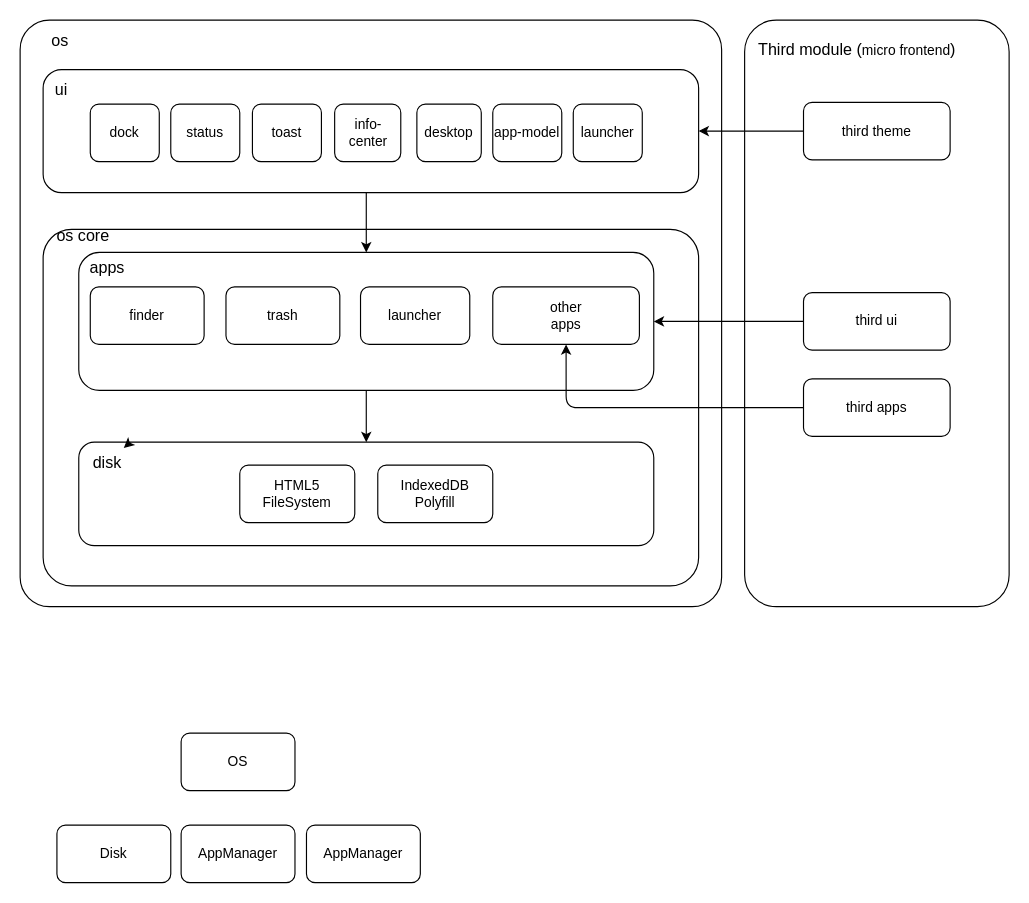
Before: design/design.drawio in theajack/mac, a draw.io diagram. Source tidied: cells renumbered, new cells numbered last; positions are measured from the earlier drawing's top-left corner, leaving out a move shared by most shapes. Both pictures are drawn from the tidied source at 115%, with x=0, y=0 at pixel (20, 20).
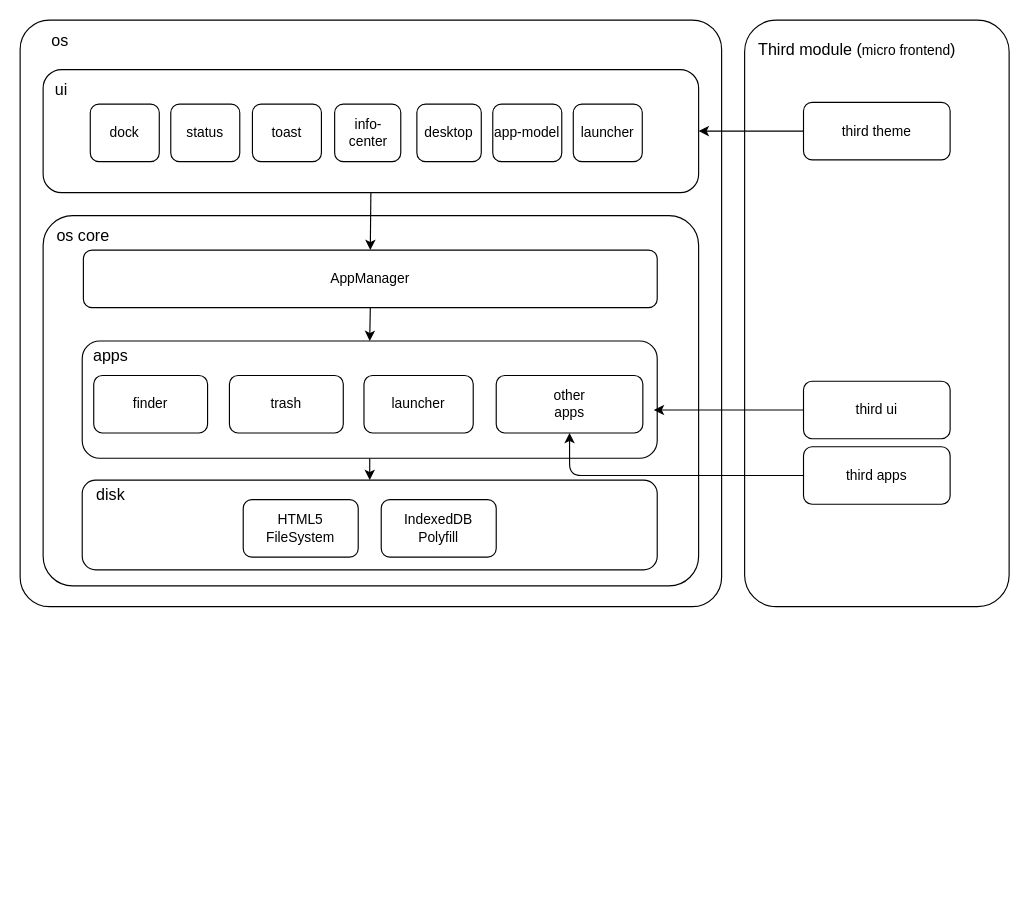
Above is the later version.

Unchanged cells that the change refers to:
```xml
<mxCell id="12" style="rounded=1;whiteSpace=wrap;html=1;" parent="1" vertex="1">
  <mxGeometry x="20" y="43" width="570" height="107" as="geometry" />
</mxCell>
```

What changed in the source:
```diff
@@
     <mxCell id="4" style="rounded=1;whiteSpace=wrap;html=1;arcSize=8;" parent="1" vertex="1">
-      <mxGeometry x="20" y="182" width="570" height="310" as="geometry" />
+      <mxGeometry x="20" y="170" width="570" height="322" as="geometry" />
     </mxCell>
@@
     <mxCell id="6" style="rounded=1;whiteSpace=wrap;html=1;" parent="1" vertex="1">
-      <mxGeometry x="51" y="367" width="500" height="90" as="geometry" />
+      <mxGeometry x="54" y="400" width="500" height="78" as="geometry" />
     </mxCell>
-    <mxCell id="7" style="edgeStyle=none;html=1;entryX=0.123;entryY=0.613;entryDx=0;entryDy=0;entryPerimeter=0;" parent="1" edge="1" source="8" target="4">
-      <mxGeometry relative="1" as="geometry" />
-    </mxCell>
     <mxCell id="8" value="&lt;span style=&quot;font-size: 14px&quot;&gt;disk&lt;/span&gt;" style="text;html=1;strokeColor=none;fillColor=none;align=center;verticalAlign=middle;whiteSpace=wrap;rounded=0;" parent="1" vertex="1">
-      <mxGeometry x="51" y="367" width="50" height="35" as="geometry" />
+      <mxGeometry x="54" y="395" width="50" height="35" as="geometry" />
     </mxCell>
-    <mxCell id="9" style="edgeStyle=none;html=1;exitX=0.5;exitY=1;exitDx=0;exitDy=0;entryX=0.5;entryY=0;entryDx=0;entryDy=0;fontSize=14;" parent="1" edge="1" source="10" target="6">
-      <mxGeometry relative="1" as="geometry" />
+    <mxCell id="9" style="edgeStyle=none;html=1;exitX=0.5;exitY=1;exitDx=0;exitDy=0;fontSize=14;" parent="1" edge="1" source="10">
+      <mxGeometry relative="1" as="geometry">
+        <mxPoint x="304" y="400" as="targetPoint" />
+      </mxGeometry>
     </mxCell>
     <mxCell id="10" style="rounded=1;whiteSpace=wrap;html=1;" parent="1" vertex="1">
-      <mxGeometry x="51" y="202" width="500" height="120" as="geometry" />
+      <mxGeometry x="54" y="279" width="500" height="102" as="geometry" />
     </mxCell>
-    <mxCell id="11" style="edgeStyle=none;html=1;" parent="1" edge="1" target="10">
-      <mxGeometry relative="1" as="geometry">
-        <mxPoint x="301" y="150" as="sourcePoint" />
-      </mxGeometry>
-    </mxCell>
+    <mxCell id="40" style="edgeStyle=none;html=1;exitX=0.5;exitY=1;exitDx=0;exitDy=0;entryX=0.5;entryY=0;entryDx=0;entryDy=0;" parent="1" edge="1" source="12" target="42">
+      <mxGeometry relative="1" as="geometry" />
+    </mxCell>
@@
     <mxCell id="21" value="&lt;span style=&quot;font-size: 14px&quot;&gt;apps&lt;/span&gt;" style="text;html=1;strokeColor=none;fillColor=none;align=center;verticalAlign=middle;whiteSpace=wrap;rounded=0;" parent="1" vertex="1">
-      <mxGeometry x="51" y="197" width="50" height="35" as="geometry" />
+      <mxGeometry x="54" y="274" width="50" height="35" as="geometry" />
     </mxCell>
     <mxCell id="22" value="finder" style="rounded=1;whiteSpace=wrap;html=1;" parent="1" vertex="1">
-      <mxGeometry x="61" y="232" width="99" height="50" as="geometry" />
+      <mxGeometry x="64" y="309" width="99" height="50" as="geometry" />
     </mxCell>
     <mxCell id="23" value="trash" style="rounded=1;whiteSpace=wrap;html=1;" parent="1" vertex="1">
-      <mxGeometry x="179" y="232" width="99" height="50" as="geometry" />
+      <mxGeometry x="182" y="309" width="99" height="50" as="geometry" />
     </mxCell>
     <mxCell id="24" value="launcher" style="rounded=1;whiteSpace=wrap;html=1;" parent="1" vertex="1">
-      <mxGeometry x="296" y="232" width="95" height="50" as="geometry" />
+      <mxGeometry x="299" y="309" width="95" height="50" as="geometry" />
     </mxCell>
     <mxCell id="25" value="other&lt;br&gt;apps" style="rounded=1;whiteSpace=wrap;html=1;" parent="1" vertex="1">
-      <mxGeometry x="411" y="232" width="127.5" height="50" as="geometry" />
+      <mxGeometry x="414" y="309" width="127.5" height="50" as="geometry" />
     </mxCell>
-    <mxCell id="26" style="edgeStyle=none;html=1;exitX=0;exitY=0.5;exitDx=0;exitDy=0;fontSize=14;entryX=1;entryY=0.5;entryDx=0;entryDy=0;" parent="1" edge="1" source="31" target="10">
-      <mxGeometry relative="1" as="geometry" />
+    <mxCell id="26" style="edgeStyle=none;html=1;exitX=0;exitY=0.5;exitDx=0;exitDy=0;fontSize=14;entryX=1;entryY=0.5;entryDx=0;entryDy=0;" parent="1" edge="1" source="31">
+      <mxGeometry relative="1" as="geometry">
+        <mxPoint x="551" y="339" as="targetPoint" />
+      </mxGeometry>
     </mxCell>
@@
     <mxCell id="28" value="&lt;span&gt;third&amp;nbsp;&lt;/span&gt;&lt;span&gt;apps&lt;/span&gt;" style="rounded=1;whiteSpace=wrap;html=1;" parent="1" vertex="1">
-      <mxGeometry x="681.2" y="312" width="127.5" height="50" as="geometry" />
+      <mxGeometry x="681.2" y="371" width="127.5" height="50" as="geometry" />
     </mxCell>
     <mxCell id="29" value="HTML5&lt;br&gt;FileSystem" style="rounded=1;whiteSpace=wrap;html=1;" parent="1" vertex="1">
-      <mxGeometry x="191" y="387" width="100" height="50" as="geometry" />
+      <mxGeometry x="194" y="417" width="100" height="50" as="geometry" />
     </mxCell>
     <mxCell id="30" value="IndexedDB&lt;br&gt;Polyfill" style="rounded=1;whiteSpace=wrap;html=1;" parent="1" vertex="1">
-      <mxGeometry x="311" y="387" width="100" height="50" as="geometry" />
+      <mxGeometry x="314" y="417" width="100" height="50" as="geometry" />
     </mxCell>
     <mxCell id="31" value="third ui" style="rounded=1;whiteSpace=wrap;html=1;" parent="1" vertex="1">
-      <mxGeometry x="681.2" y="237" width="127.5" height="50" as="geometry" />
+      <mxGeometry x="681.2" y="314" width="127.5" height="50" as="geometry" />
     </mxCell>
@@
-    <mxCell id="36" value="OS" style="rounded=1;whiteSpace=wrap;html=1;" parent="1" vertex="1">
-      <mxGeometry x="140" y="620" width="99" height="50" as="geometry" />
-    </mxCell>
-    <mxCell id="37" value="Disk" style="rounded=1;whiteSpace=wrap;html=1;" parent="1" vertex="1">
-      <mxGeometry x="32" y="700" width="99" height="50" as="geometry" />
-    </mxCell>
-    <mxCell id="38" value="AppManager" style="rounded=1;whiteSpace=wrap;html=1;" parent="1" vertex="1">
-      <mxGeometry x="140" y="700" width="99" height="50" as="geometry" />
-    </mxCell>
-    <mxCell id="39" value="AppManager" style="rounded=1;whiteSpace=wrap;html=1;" parent="1" vertex="1">
-      <mxGeometry x="249" y="700" width="99" height="50" as="geometry" />
-    </mxCell>
+    <mxCell id="41" style="edgeStyle=none;html=1;exitX=0.5;exitY=1;exitDx=0;exitDy=0;entryX=0.5;entryY=0;entryDx=0;entryDy=0;" parent="1" edge="1" source="42" target="10">
+      <mxGeometry relative="1" as="geometry" />
+    </mxCell>
+    <mxCell id="42" value="AppManager" style="rounded=1;whiteSpace=wrap;html=1;" parent="1" vertex="1">
+      <mxGeometry x="55" y="200" width="499" height="50" as="geometry" />
+    </mxCell>
```
